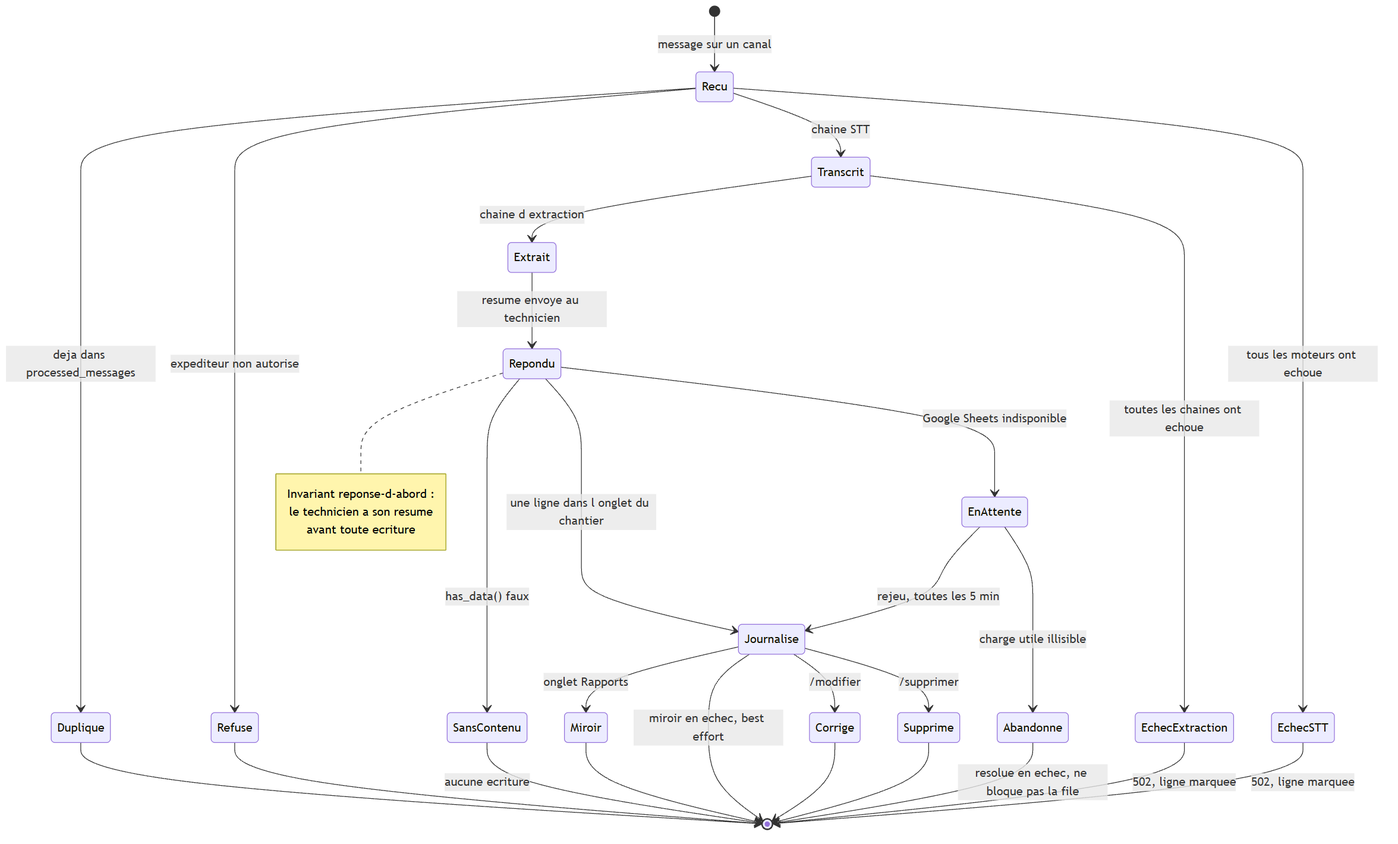
yassine808/PFE-aznet keeps this Mermaid diagram as Pres+report/diagrams/11-report-states.png. Above is the earlier version. Its source is kept beside it as Pres+report/diagrams/11-report-states.mmd.
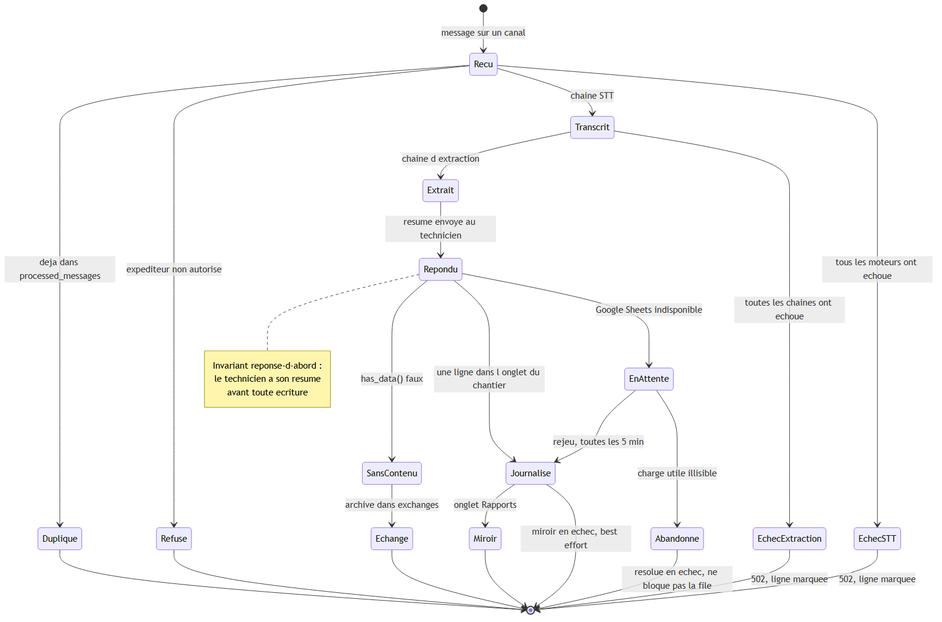
The same file after the commit.

Change to the diagram source:
```diff
@@ -22,7 +22,8 @@
     end note
 
     Repondu --> SansContenu : has_data() faux
-    SansContenu --> [*] : aucune ecriture
+    SansContenu --> Echange : archive dans exchanges
+    Echange --> [*]
 
     Repondu --> Journalise : une ligne dans l onglet du chantier
     Repondu --> EnAttente : Google Sheets indisponible
@@ -33,8 +34,3 @@
     Journalise --> Miroir : onglet Rapports
     Miroir --> [*]
     Journalise --> [*] : miroir en echec, best effort
-
-    Journalise --> Corrige : /modifier
-    Journalise --> Supprime : /supprimer
-    Corrige --> [*]
-    Supprime --> [*]
```
